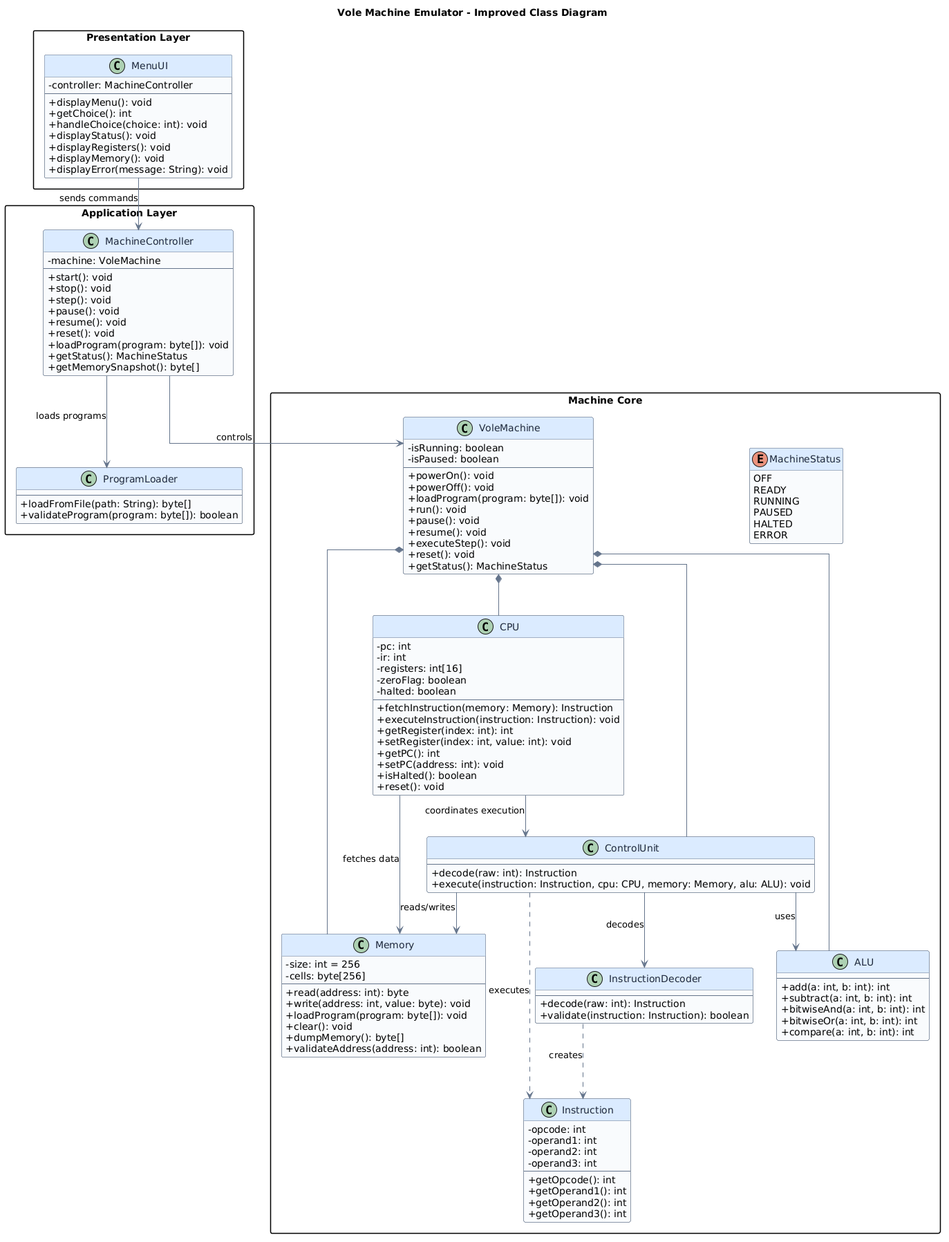
Above: Final AI/final.png in AGX47-x/assignment-2 (PlantUML), before the change. Its diagram source:
```plantuml
@startuml
title Vole Machine Emulator - Improved Class Diagram

skinparam backgroundColor #FFFFFF
skinparam classAttributeIconSize 0
skinparam shadowing false
skinparam linetype ortho
skinparam packageStyle rectangle
skinparam ArrowColor #64748B
skinparam ClassBorderColor #64748B
skinparam ClassFontColor #1E293B
skinparam ClassBackgroundColor #F8FAFC
skinparam ClassHeaderBackgroundColor #DBEAFE
skinparam ClassHeaderFontStyle bold

hide empty members

package "Machine Core" {

    class VoleMachine {
        - isRunning: boolean
        - isPaused: boolean
        --
        + powerOn(): void
        + powerOff(): void
        + loadProgram(program: byte[]): void
        + run(): void
        + pause(): void
        + resume(): void
        + executeStep(): void
        + reset(): void
        + getStatus(): MachineStatus
    }

    class CPU {
        - pc: int
        - ir: int
        - registers: int[16]
        - zeroFlag: boolean
        - halted: boolean
        --
        + fetchInstruction(memory: Memory): Instruction
        + executeInstruction(instruction: Instruction): void
        + getRegister(index: int): int
        + setRegister(index: int, value: int): void
        + getPC(): int
        + setPC(address: int): void
        + isHalted(): boolean
        + reset(): void
    }

    class Memory {
        - size: int = 256
        - cells: byte[256]
        --
        + read(address: int): byte
        + write(address: int, value: byte): void
        + loadProgram(program: byte[]): void
        + clear(): void
        + dumpMemory(): byte[]
        + validateAddress(address: int): boolean
    }

    class ControlUnit {
        --
        + decode(raw: int): Instruction
        + execute(instruction: Instruction, cpu: CPU, memory: Memory, alu: ALU): void
    }

    class ALU {
        --
        + add(a: int, b: int): int
        + subtract(a: int, b: int): int
        + bitwiseAnd(a: int, b: int): int
        + bitwiseOr(a: int, b: int): int
        + compare(a: int, b: int): int
    }

    class Instruction {
        - opcode: int
        - operand1: int
        - operand2: int
        - operand3: int
        --
        + getOpcode(): int
        + getOperand1(): int
        + getOperand2(): int
        + getOperand3(): int
    }

    class InstructionDecoder {
        --
        + decode(raw: int): Instruction
        + validate(instruction: Instruction): boolean
    }

    enum MachineStatus {
        OFF
        READY
        RUNNING
        PAUSED
        HALTED
        ERROR
    }
}

package "Application Layer" {

    class MachineController {
        - machine: VoleMachine
        --
        + start(): void
        + stop(): void
        + step(): void
        + pause(): void
        + resume(): void
        + reset(): void
        + loadProgram(program: byte[]): void
        + getStatus(): MachineStatus
        + getMemorySnapshot(): byte[]
    }

    class ProgramLoader {
        --
        + loadFromFile(path: String): byte[]
        + validateProgram(program: byte[]): boolean
    }
}

package "Presentation Layer" {

    class MenuUI {
        - controller: MachineController
        --
        + displayMenu(): void
        + getChoice(): int
        + handleChoice(choice: int): void
        + displayStatus(): void
        + displayRegisters(): void
        + displayMemory(): void
        + displayError(message: String): void
    }
}

VoleMachine *-- CPU
VoleMachine *-- Memory
VoleMachine *-- ControlUnit
VoleMachine *-- ALU

CPU --> Memory : fetches data
CPU --> ControlUnit : coordinates execution
ControlUnit --> InstructionDecoder : decodes
InstructionDecoder ..> Instruction : creates
ControlUnit ..> Instruction : executes
ControlUnit --> ALU : uses
ControlUnit --> Memory : reads/writes

MachineController --> VoleMachine : controls
MachineController --> ProgramLoader : loads programs
MenuUI --> MachineController : sends commands
@enduml
```
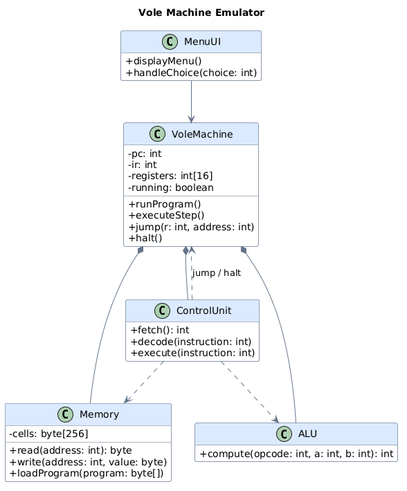
After the change.

What changed in the source:
```diff
@@ -1,161 +1,54 @@
 @startuml
-title Vole Machine Emulator - Improved Class Diagram
+title Vole Machine Emulator
 
-skinparam backgroundColor #FFFFFF
+skinparam shadowing false
 skinparam classAttributeIconSize 0
-skinparam shadowing false
-skinparam linetype ortho
-skinparam packageStyle rectangle
 skinparam ArrowColor #64748B
-skinparam ClassBorderColor #64748B
-skinparam ClassFontColor #1E293B
-skinparam ClassBackgroundColor #F8FAFC
-skinparam ClassHeaderBackgroundColor #DBEAFE
-skinparam ClassHeaderFontStyle bold
-
+skinparam class {
+    BackgroundColor #F8FAFC
+    BorderColor #64748B
+    HeaderBackgroundColor #DBEAFE
+}
 hide empty members
 
-package "Machine Core" {
-
-    class VoleMachine {
-        - isRunning: boolean
-        - isPaused: boolean
-        --
-        + powerOn(): void
-        + powerOff(): void
-        + loadProgram(program: byte[]): void
-        + run(): void
-        + pause(): void
-        + resume(): void
-        + executeStep(): void
-        + reset(): void
-        + getStatus(): MachineStatus
-    }
-
-    class CPU {
-        - pc: int
-        - ir: int
-        - registers: int[16]
-        - zeroFlag: boolean
-        - halted: boolean
-        --
-        + fetchInstruction(memory: Memory): Instruction
-        + executeInstruction(instruction: Instruction): void
-        + getRegister(index: int): int
-        + setRegister(index: int, value: int): void
-        + getPC(): int
-        + setPC(address: int): void
-        + isHalted(): boolean
-        + reset(): void
-    }
-
-    class Memory {
-        - size: int = 256
-        - cells: byte[256]
-        --
-        + read(address: int): byte
-        + write(address: int, value: byte): void
-        + loadProgram(program: byte[]): void
-        + clear(): void
-        + dumpMemory(): byte[]
-        + validateAddress(address: int): boolean
-    }
-
-    class ControlUnit {
-        --
-        + decode(raw: int): Instruction
-        + execute(instruction: Instruction, cpu: CPU, memory: Memory, alu: ALU): void
-    }
-
-    class ALU {
-        --
-        + add(a: int, b: int): int
-        + subtract(a: int, b: int): int
-        + bitwiseAnd(a: int, b: int): int
-        + bitwiseOr(a: int, b: int): int
-        + compare(a: int, b: int): int
-    }
-
-    class Instruction {
-        - opcode: int
-        - operand1: int
-        - operand2: int
-        - operand3: int
-        --
-        + getOpcode(): int
-        + getOperand1(): int
-        + getOperand2(): int
-        + getOperand3(): int
-    }
-
-    class InstructionDecoder {
-        --
-        + decode(raw: int): Instruction
-        + validate(instruction: Instruction): boolean
-    }
-
-    enum MachineStatus {
-        OFF
-        READY
-        RUNNING
-        PAUSED
-        HALTED
-        ERROR
-    }
+class MenuUI {
+    + displayMenu()
+    + handleChoice(choice: int)
 }
 
-package "Application Layer" {
-
-    class MachineController {
-        - machine: VoleMachine
-        --
-        + start(): void
-        + stop(): void
-        + step(): void
-        + pause(): void
-        + resume(): void
-        + reset(): void
-        + loadProgram(program: byte[]): void
-        + getStatus(): MachineStatus
-        + getMemorySnapshot(): byte[]
-    }
-
-    class ProgramLoader {
-        --
-        + loadFromFile(path: String): byte[]
-        + validateProgram(program: byte[]): boolean
-    }
+class VoleMachine {
+    - pc: int
+    - ir: int
+    - registers: int[16]
+    - running: boolean
+    + runProgram()
+    + executeStep()
+    + jump(r: int, address: int)
+    + halt()
 }
 
-package "Presentation Layer" {
-
-    class MenuUI {
-        - controller: MachineController
-        --
-        + displayMenu(): void
-        + getChoice(): int
-        + handleChoice(choice: int): void
-        + displayStatus(): void
-        + displayRegisters(): void
-        + displayMemory(): void
-        + displayError(message: String): void
-    }
+class Memory {
+    - cells: byte[256]
+    + read(address: int): byte
+    + write(address: int, value: byte)
+    + loadProgram(program: byte[])
 }
 
-VoleMachine *-- CPU
+class ControlUnit {
+    + fetch(): int
+    + decode(instruction: int)
+    + execute(instruction: int)
+}
+
+class ALU {
+    + compute(opcode: int, a: int, b: int): int
+}
+
+MenuUI --> VoleMachine
 VoleMachine *-- Memory
 VoleMachine *-- ControlUnit
 VoleMachine *-- ALU
-
-CPU --> Memory : fetches data
-CPU --> ControlUnit : coordinates execution
-ControlUnit --> InstructionDecoder : decodes
-InstructionDecoder ..> Instruction : creates
-ControlUnit ..> Instruction : executes
-ControlUnit --> ALU : uses
-ControlUnit --> Memory : reads/writes
-
-MachineController --> VoleMachine : controls
-MachineController --> ProgramLoader : loads programs
-MenuUI --> MachineController : sends commands
+ControlUnit ..> Memory
+ControlUnit ..> ALU
+ControlUnit ..> VoleMachine : jump / halt
 @enduml
```
